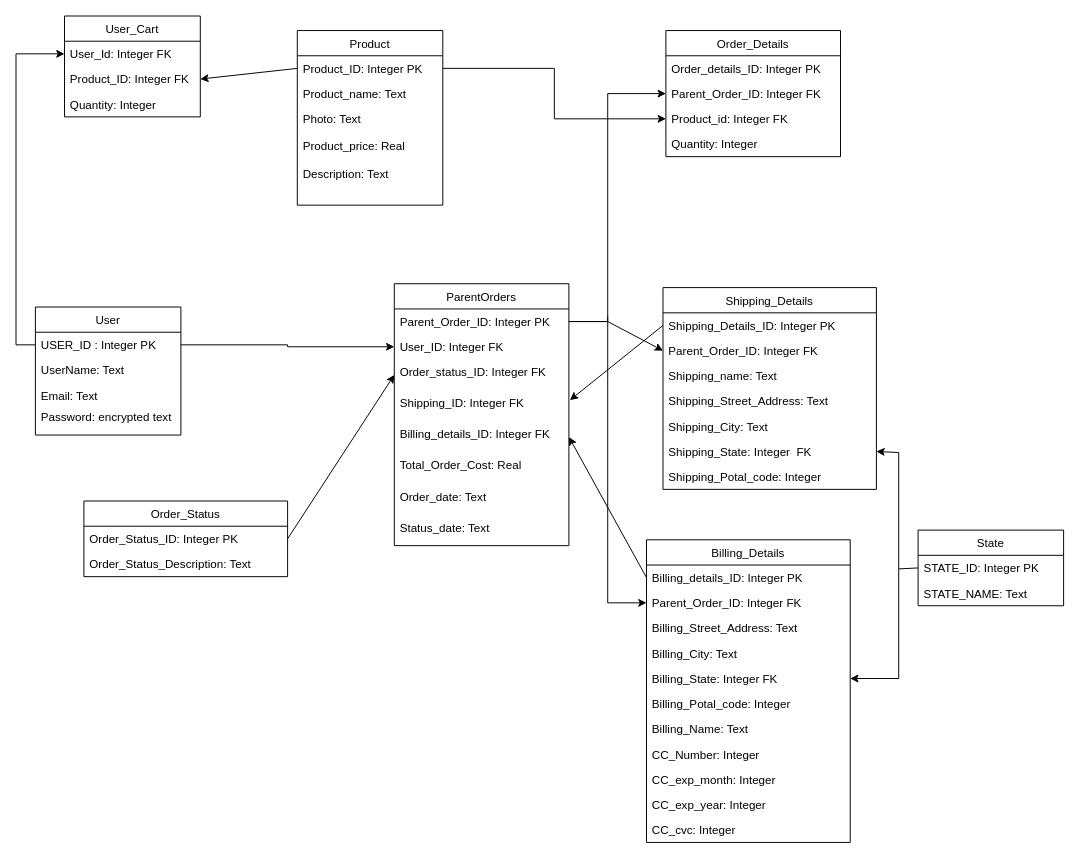
Earlier version of the draw.io diagram Database/ER Diagram.drawio (kimlake117/KWW). Source tidied: cells renumbered, new cells numbered last; positions are measured from the earlier drawing's top-left corner, leaving out a move shared by most shapes. Both pictures are drawn from the tidied source at 97%, with x=0, y=0 at pixel (35, 16).
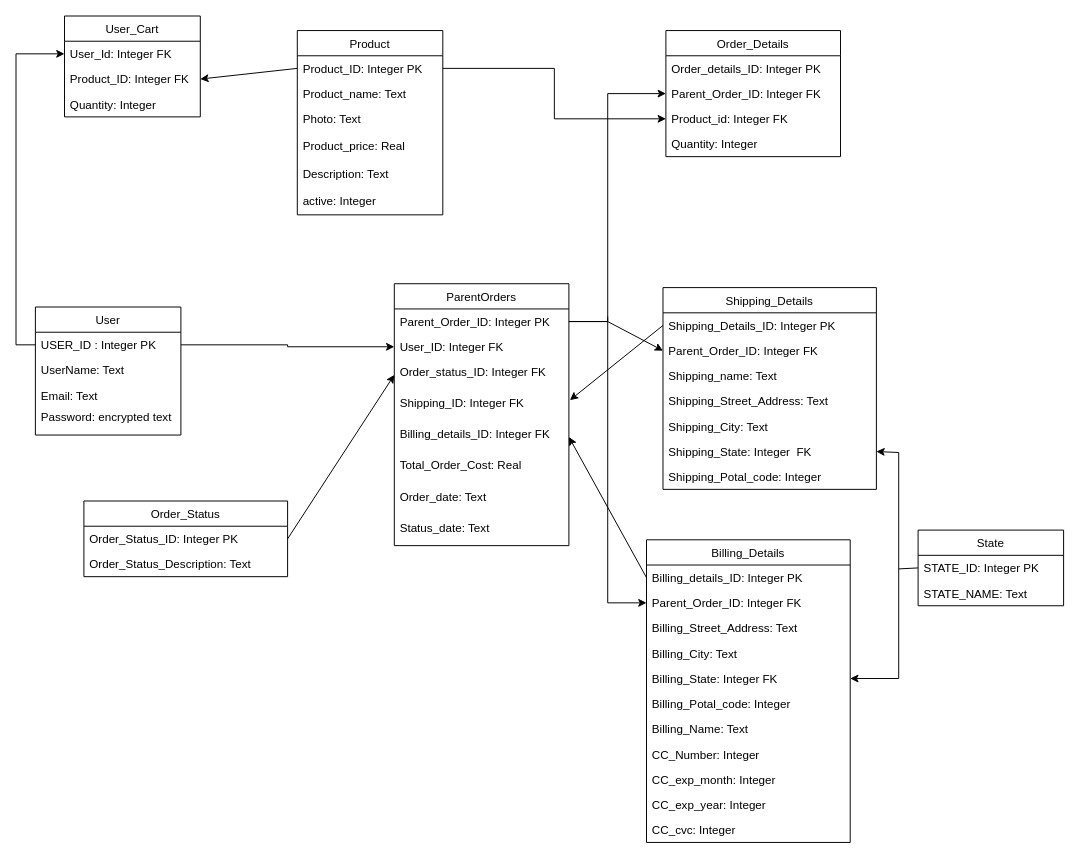
Above is the later version.

Change to the diagram source:
```diff
@@
     <mxCell id="7" value="Product" style="swimlane;fontStyle=0;horizontal=1;startSize=26;fillColor=none;" parent="1" vertex="1">
-      <mxGeometry x="270" y="15" width="150" height="180" as="geometry" />
+      <mxGeometry x="270" y="15" width="150" height="190" as="geometry" />
     </mxCell>
@@
-    <mxCell id="10" value="Photo: Text &#10;&#10;Product_price: Real&#10;&#10;Description: Text " style="text;strokeColor=none;fillColor=none;align=left;verticalAlign=top;spacingLeft=4;spacingRight=4;overflow=hidden;" parent="7" vertex="1">
-      <mxGeometry y="78" width="150" height="102" as="geometry" />
+    <mxCell id="10" value="Photo: Text &#10;&#10;Product_price: Real&#10;&#10;Description: Text &#10;&#10;active: Integer" style="text;strokeColor=none;fillColor=none;align=left;verticalAlign=top;spacingLeft=4;spacingRight=4;overflow=hidden;" parent="7" vertex="1">
+      <mxGeometry y="78" width="150" height="112" as="geometry" />
     </mxCell>
```
